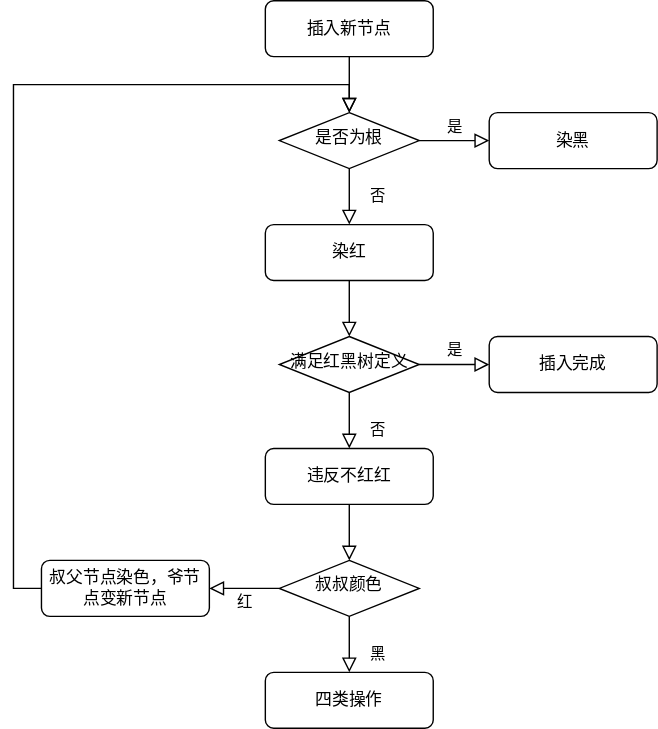
The draw.io diagram 未命名绘图.drawio.svg in azper8/iodraw-files, before a commit. Source tidied: cells renumbered, new cells last; positions are measured from the earlier drawing's top-left corner, leaving out a move shared by most shapes.
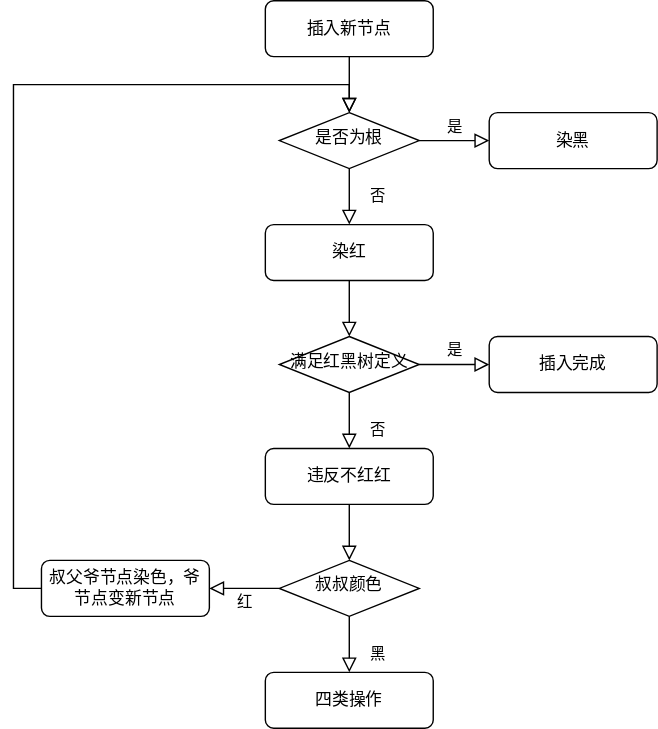
The same file after the commit.

Commit message:
更新未命名绘图.drawio.svg

What changed in the source:
```diff
@@ -53,7 +53,7 @@
     <mxCell id="18" value="四类操作" style="rounded=1;whiteSpace=wrap;html=1;fontSize=12;glass=0;strokeWidth=1;shadow=0;" parent="1" vertex="1">
       <mxGeometry x="160" y="480" width="120" height="40" as="geometry" />
     </mxCell>
-    <mxCell id="19" value="叔父节点染色，爷节点变新节点" style="rounded=1;whiteSpace=wrap;html=1;fontSize=12;glass=0;strokeWidth=1;shadow=0;" parent="1" vertex="1">
+    <mxCell id="19" value="叔父爷节点染色，爷节点变新节点" style="rounded=1;whiteSpace=wrap;html=1;fontSize=12;glass=0;strokeWidth=1;shadow=0;" parent="1" vertex="1">
       <mxGeometry y="400" width="120" height="40" as="geometry" />
     </mxCell>
     <mxCell id="20" style="rounded=0;html=1;jettySize=auto;fontSize=11;endArrow=block;endFill=0;endSize=8;strokeWidth=1;shadow=0;labelBackgroundColor=none;edgeStyle=orthogonalEdgeStyle;exitX=0.5;exitY=1;exitDx=0;exitDy=0;" parent="1" edge="1" source="11" target="17">
```
